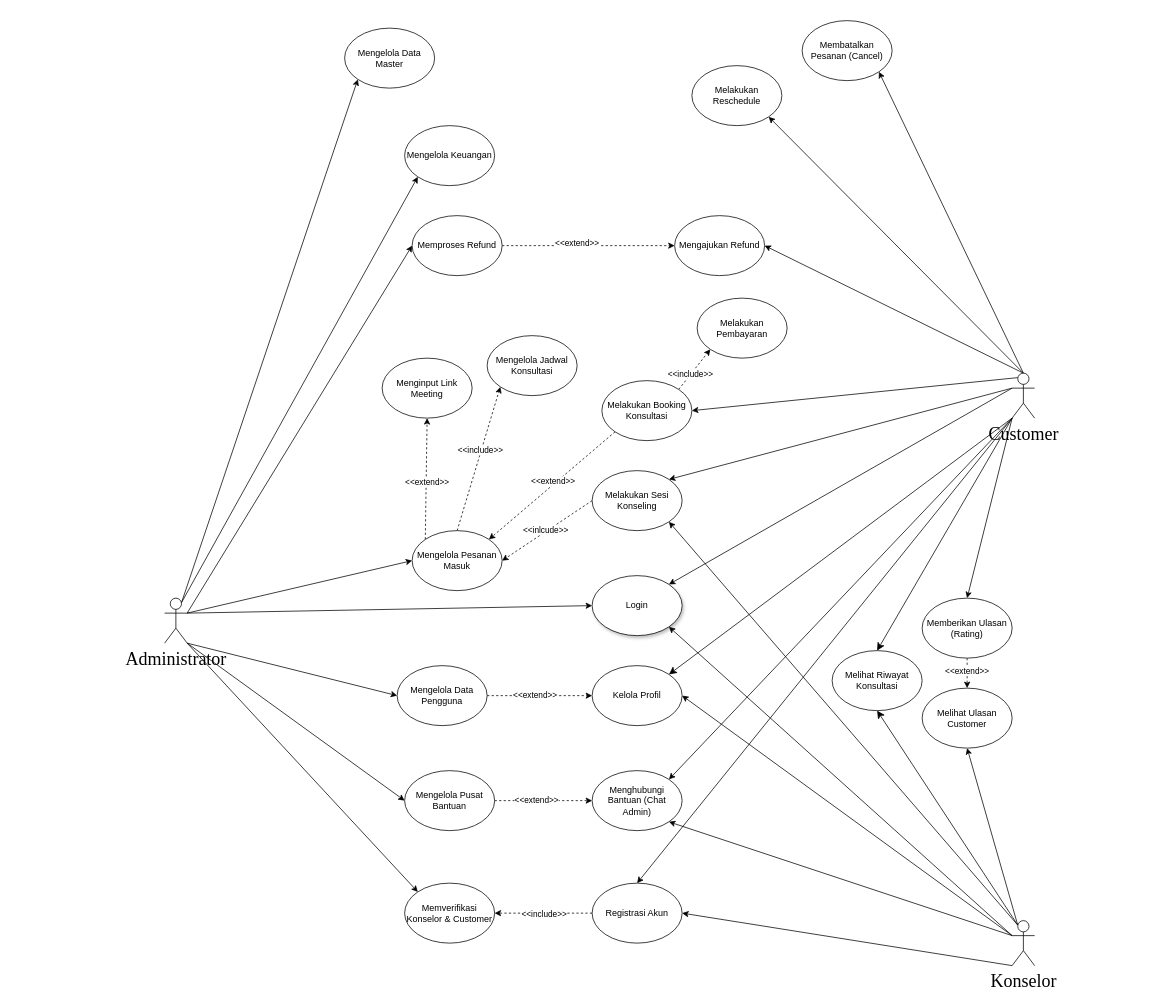
Earlier version of the draw.io diagram Use Case Diagram.drawio (UlulAzmiALatala/moodly-app). Source tidied: cells renumbered, new cells numbered last; positions are measured from the earlier drawing's top-left corner, leaving out a move shared by most shapes. Both pictures are drawn from the tidied source at 75%, with x=0, y=0 at pixel (164, 20).
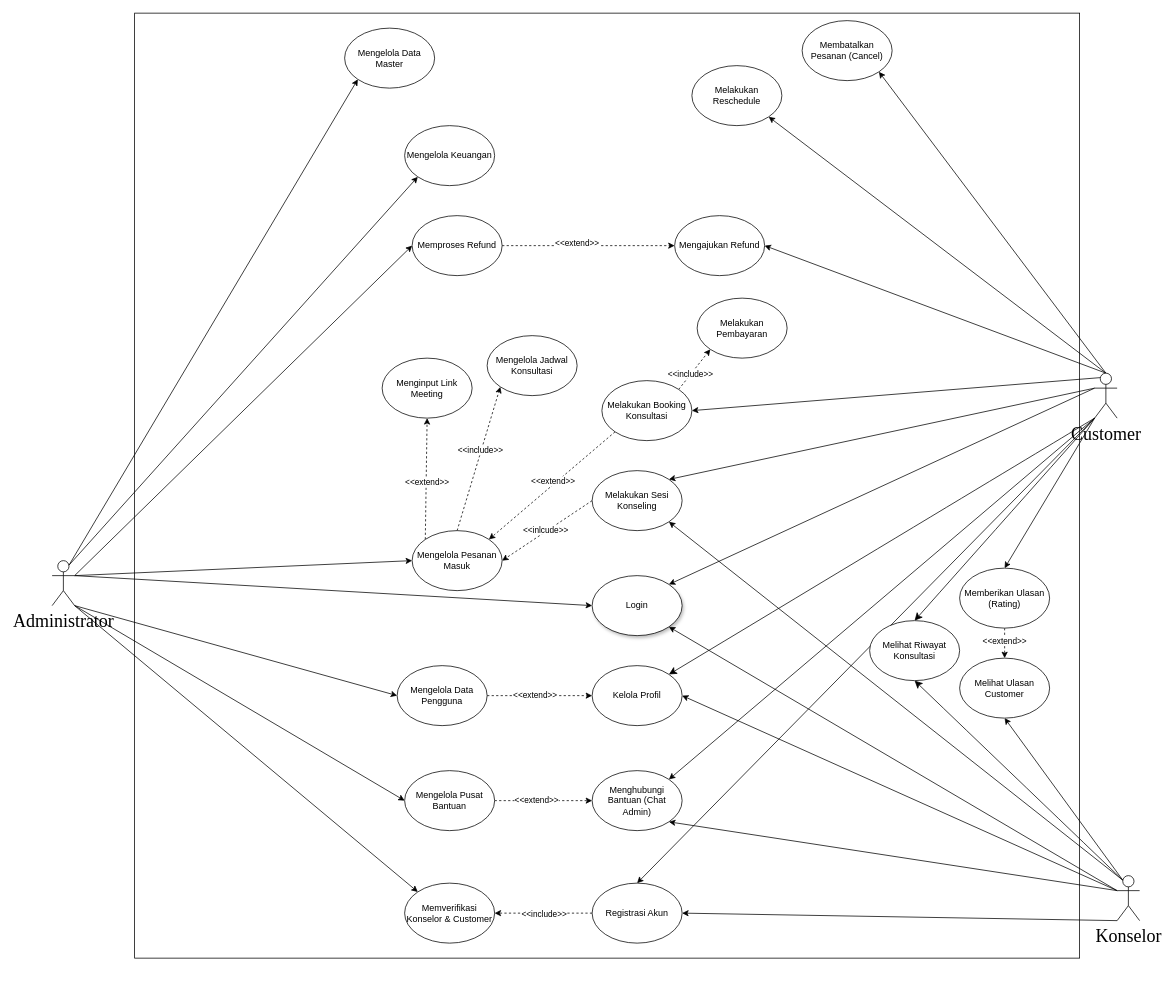
After the change.

Diff of the diagram source:
```diff
@@
+    <mxCell id="74" style="whiteSpace=wrap;html=1;flipV=0;legacyAnchorPoints=0;flipH=1;" parent="1" vertex="1">
+      <mxGeometry x="-40" y="-10" width="1260" height="1260" as="geometry" />
+    </mxCell>
@@
     <mxCell id="13" value="&lt;font face=&quot;Times New Roman&quot; style=&quot;font-size: 24px;&quot;&gt;Customer&lt;/font&gt;" style="shape=umlActor;verticalLabelPosition=bottom;verticalAlign=top;html=1;outlineConnect=0;" parent="1" vertex="1">
-      <mxGeometry x="1130" y="470" width="30" height="60" as="geometry" />
+      <mxGeometry x="1240" y="470" width="30" height="60" as="geometry" />
     </mxCell>
@@
     <mxCell id="32" value="Memberikan Ulasan (Rating)" style="ellipse;whiteSpace=wrap;html=1;" parent="1" vertex="1">
-      <mxGeometry x="1010" y="770" width="120" height="80" as="geometry" />
+      <mxGeometry x="1060" y="730" width="120" height="80" as="geometry" />
     </mxCell>
@@
     <mxCell id="41" value="&lt;font face=&quot;Times New Roman&quot; style=&quot;font-size: 24px;&quot;&gt;Konselor&lt;/font&gt;" style="shape=umlActor;verticalLabelPosition=bottom;verticalAlign=top;html=1;outlineConnect=0;" parent="1" vertex="1">
-      <mxGeometry x="1130" y="1200" width="30" height="60" as="geometry" />
+      <mxGeometry x="1270" y="1140" width="30" height="60" as="geometry" />
     </mxCell>
@@
     <mxCell id="50" value="&lt;font face=&quot;Times New Roman&quot; style=&quot;font-size: 24px;&quot;&gt;Administrator&lt;/font&gt;" style="shape=umlActor;verticalLabelPosition=bottom;verticalAlign=top;html=1;outlineConnect=0;" parent="1" vertex="1">
-      <mxGeometry y="770" width="30" height="60" as="geometry" />
+      <mxGeometry x="-150" y="720" width="30" height="60" as="geometry" />
     </mxCell>
     <mxCell id="51" value="Melihat Ulasan Customer" style="ellipse;whiteSpace=wrap;html=1;" parent="1" vertex="1">
-      <mxGeometry x="1010" y="890" width="120" height="80" as="geometry" />
+      <mxGeometry x="1060" y="850" width="120" height="80" as="geometry" />
     </mxCell>
@@
     <mxCell id="53" value="Melihat Riwayat Konsultasi" style="ellipse;whiteSpace=wrap;html=1;" parent="1" vertex="1">
-      <mxGeometry x="890" y="840" width="120" height="80" as="geometry" />
+      <mxGeometry x="940" y="800" width="120" height="80" as="geometry" />
     </mxCell>
```
